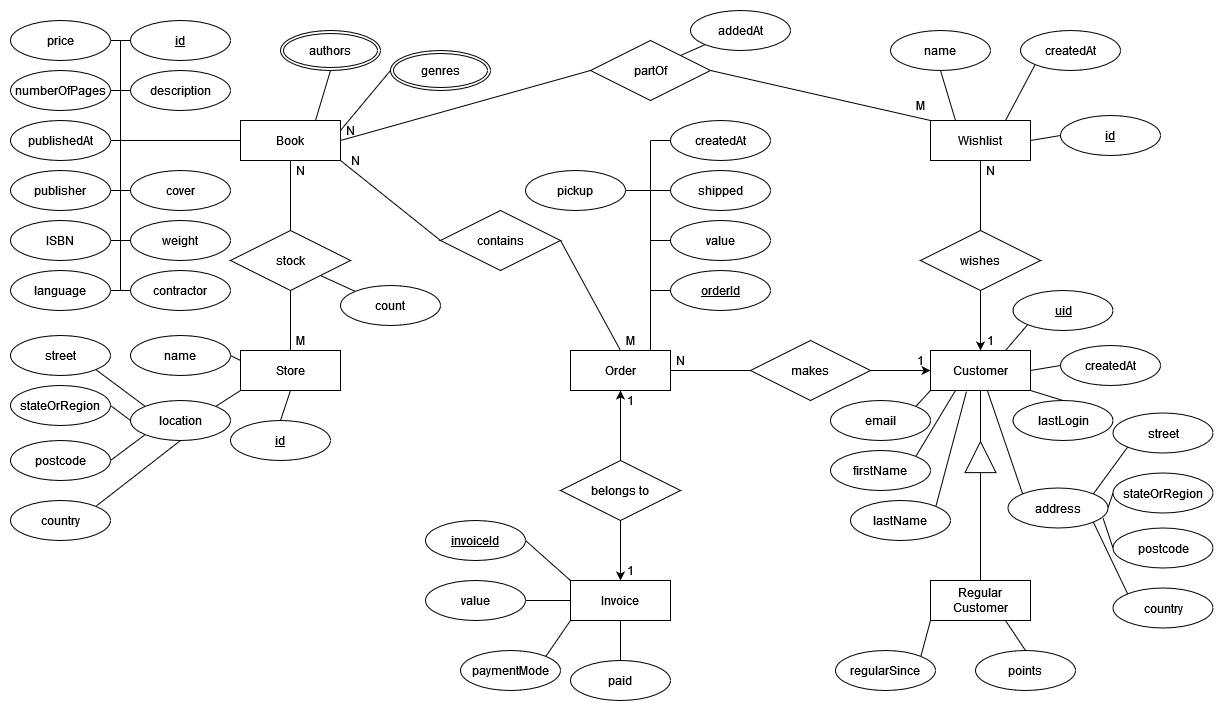
This is docs/entity-relationship/er.drawio.png from a-bakk/bookstore-oracle, a draw.io export, as it was before one commit. Source tidied: cells renumbered, new cells last; positions are measured from the earlier drawing's top-left corner, leaving out a move shared by most shapes.
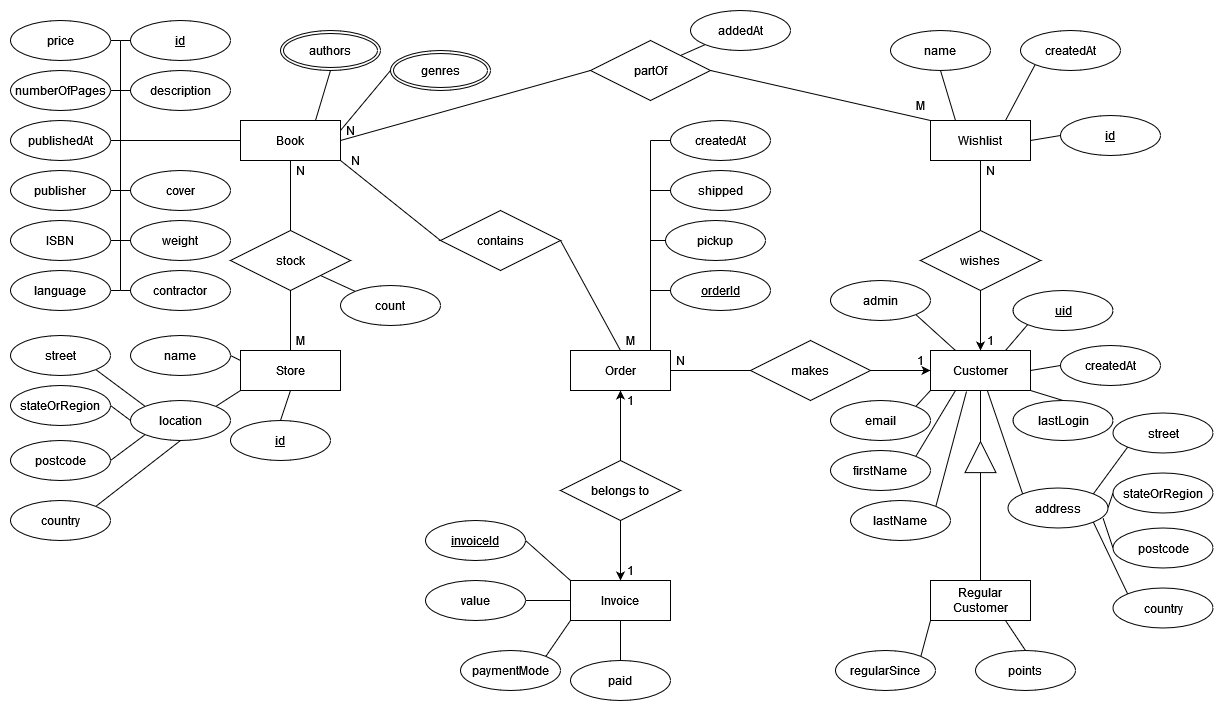
Later version of the same file.

The edit, as a diff of the source:
```diff
@@ -280,14 +280,12 @@
     <mxCell id="80" value="contractor" style="ellipse;whiteSpace=wrap;html=1;align=center;" parent="1" vertex="1">
       <mxGeometry x="120" y="260" width="100" height="40" as="geometry" />
     </mxCell>
-    <mxCell id="81" style="edgeStyle=none;rounded=0;jettySize=auto;html=1;exitX=0;exitY=0.5;exitDx=0;exitDy=0;strokeWidth=1;endArrow=none;endFill=0;endSize=6;" parent="1" edge="1" source="82">
+    <mxCell id="81" style="edgeStyle=none;rounded=0;orthogonalLoop=1;jettySize=auto;html=1;exitX=0;exitY=0.5;exitDx=0;exitDy=0;strokeWidth=1;endArrow=none;endFill=0;endSize=6;" parent="1" edge="1">
       <mxGeometry relative="1" as="geometry">
+        <mxPoint x="660" y="230" as="sourcePoint" />
         <mxPoint x="640" y="230" as="targetPoint" />
       </mxGeometry>
     </mxCell>
-    <mxCell id="82" value="value" style="ellipse;whiteSpace=wrap;html=1;align=center;" parent="1" vertex="1">
-      <mxGeometry x="660" y="210" width="100" height="40" as="geometry" />
-    </mxCell>
     <mxCell id="83" style="edgeStyle=none;rounded=0;jettySize=auto;html=1;exitX=0;exitY=0.5;exitDx=0;exitDy=0;strokeWidth=1;endArrow=none;endFill=0;endSize=6;" parent="1" edge="1" source="84">
       <mxGeometry relative="1" as="geometry">
         <mxPoint x="640" y="180" as="targetPoint" />
@@ -318,13 +316,8 @@
     <mxCell id="89" value="orderId" style="ellipse;whiteSpace=wrap;html=1;align=center;fontStyle=4;" parent="1" vertex="1">
       <mxGeometry x="660" y="260" width="100" height="40" as="geometry" />
     </mxCell>
-    <mxCell id="90" style="edgeStyle=none;rounded=0;jettySize=auto;html=1;exitX=1;exitY=0.5;exitDx=0;exitDy=0;strokeWidth=1;endArrow=none;endFill=0;endSize=6;" parent="1" edge="1" source="91">
-      <mxGeometry relative="1" as="geometry">
-        <mxPoint x="640" y="180" as="targetPoint" />
-      </mxGeometry>
-    </mxCell>
     <mxCell id="91" value="pickup" style="ellipse;whiteSpace=wrap;html=1;align=center;" parent="1" vertex="1">
-      <mxGeometry x="515" y="160" width="100" height="40" as="geometry" />
+      <mxGeometry x="655" y="210" width="100" height="40" as="geometry" />
     </mxCell>
     <mxCell id="92" style="edgeStyle=none;rounded=0;jettySize=auto;html=1;exitX=1;exitY=0.5;exitDx=0;exitDy=0;entryX=0;entryY=0;entryDx=0;entryDy=0;strokeWidth=1;endArrow=none;endFill=0;endSize=6;" parent="1" edge="1" source="93" target="11">
       <mxGeometry relative="1" as="geometry" />
@@ -469,5 +462,11 @@
     <mxCell id="138" value="addedAt" style="ellipse;whiteSpace=wrap;html=1;align=center;" parent="1" vertex="1">
       <mxGeometry x="680" width="100" height="40" as="geometry" />
     </mxCell>
+    <mxCell id="139" style="rounded=0;jettySize=auto;html=1;exitX=1;exitY=1;exitDx=0;exitDy=0;entryX=0.25;entryY=0;entryDx=0;entryDy=0;endArrow=none;endFill=0;" parent="1" edge="1" source="140" target="4">
+      <mxGeometry relative="1" as="geometry" />
+    </mxCell>
+    <mxCell id="140" value="admin" style="ellipse;whiteSpace=wrap;html=1;align=center;" parent="1" vertex="1">
+      <mxGeometry x="820" y="270" width="100" height="40" as="geometry" />
+    </mxCell>
   </root>
 </mxGraphModel>
```
